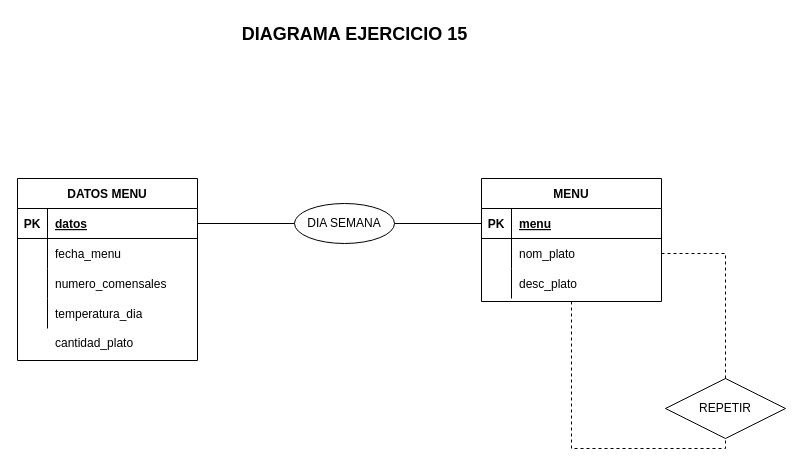
JuanMarinG/TA12_MYSQL keeps this draw.io diagram as ex15.drawio. Above is the earlier version. Source tidied: cells renumbered, new cells numbered last; positions are measured from the earlier drawing's top-left corner, leaving out a move shared by most shapes. Both pictures are drawn from the tidied source at 100%, with x=0, y=0 at pixel (17, 17).
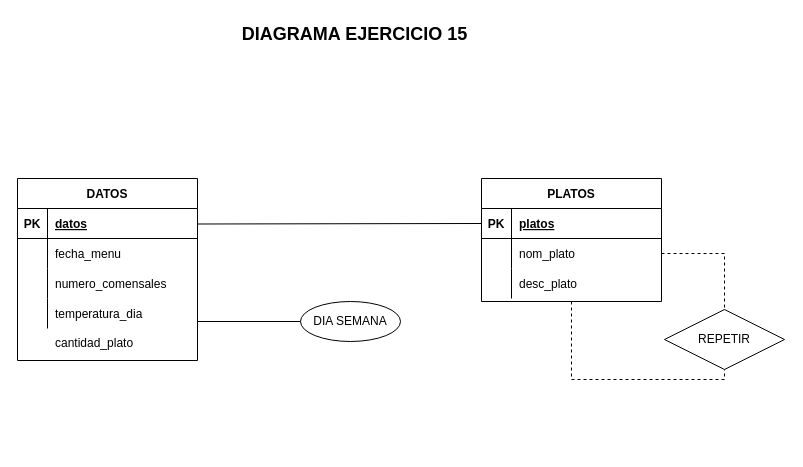
The same page after the edit.

Commit message:
cambio nombre tablas y relaciones

The change refers to these unchanged cells:
```xml
<mxCell id="3" style="shape=tableRow;horizontal=0;startSize=0;swimlaneHead=0;swimlaneBody=0;fillColor=none;points=[[0,0.5],[1,0.5]];portConstraint=eastwest;top=0;left=0;right=0;bottom=1;" parent="2" vertex="1">
  <mxGeometry y="30" width="180" height="30" as="geometry" />
</mxCell>
<mxCell id="9" style="shape=tableRow;horizontal=0;startSize=0;swimlaneHead=0;swimlaneBody=0;fillColor=none;points=[[0,0.5],[1,0.5]];portConstraint=eastwest;top=0;left=0;right=0;bottom=0;" parent="2" vertex="1">
  <mxGeometry y="90" width="180" height="30" as="geometry" />
</mxCell>
<mxCell id="16" style="shape=tableRow;horizontal=0;startSize=0;swimlaneHead=0;swimlaneBody=0;fillColor=none;points=[[0,0.5],[1,0.5]];portConstraint=eastwest;top=0;left=0;right=0;bottom=1;" parent="15" vertex="1">
  <mxGeometry y="30" width="180" height="30" as="geometry" />
</mxCell>
```

What changed in the source:
```diff
@@
-    <mxCell id="2" value="DATOS MENU" style="shape=table;startSize=30;childLayout=tableLayout;rowLines=0;fontStyle=1;align=center;" parent="1" vertex="1">
+    <mxCell id="2" value="DATOS" style="shape=table;startSize=30;childLayout=tableLayout;rowLines=0;fontStyle=1;align=center;" parent="1" vertex="1">
       <mxGeometry y="161" width="180" height="182" as="geometry" />
     </mxCell>
@@
-    <mxCell id="15" value="MENU" style="shape=table;startSize=30;childLayout=tableLayout;rowLines=0;fontStyle=1;align=center;" parent="1" vertex="1">
+    <mxCell id="15" value="PLATOS" style="shape=table;startSize=30;childLayout=tableLayout;rowLines=0;fontStyle=1;align=center;" parent="1" vertex="1">
       <mxGeometry x="464" y="161" width="180" height="123" as="geometry" />
     </mxCell>
@@
-    <mxCell id="18" value="menu" style="shape=partialRectangle;fillColor=none;top=0;left=0;bottom=0;right=0;align=left;spacingLeft=6;fontStyle=5;overflow=hidden;" parent="16" vertex="1">
+    <mxCell id="18" value="platos" style="shape=partialRectangle;fillColor=none;top=0;left=0;bottom=0;right=0;align=left;spacingLeft=6;fontStyle=5;overflow=hidden;" parent="16" vertex="1">
       <mxGeometry x="30" width="150" height="30" as="geometry" />
     </mxCell>
@@
     <mxCell id="25" value="REPETIR" style="shape=rhombus;perimeter=rhombusPerimeter;whiteSpace=wrap;html=1;align=center;" parent="1" vertex="1">
-      <mxGeometry x="648" y="361" width="120" height="60" as="geometry" />
+      <mxGeometry x="647" y="292" width="120" height="60" as="geometry" />
     </mxCell>
     <mxCell id="26" value="DIA SEMANA" style="ellipse;whiteSpace=wrap;html=1;align=center;" parent="1" vertex="1">
-      <mxGeometry x="277" y="186" width="100" height="40" as="geometry" />
+      <mxGeometry x="283" y="284" width="100" height="40" as="geometry" />
     </mxCell>
@@
-    <mxCell id="35" style="endArrow=none;html=1;rounded=0;entryX=0;entryY=0.5;entryDx=0;entryDy=0;exitX=1;exitY=0.5;exitDx=0;exitDy=0;" parent="1" edge="1" source="26" target="16">
+    <mxCell id="35" style="endArrow=none;html=1;rounded=0;entryX=0;entryY=0.5;entryDx=0;entryDy=0;exitX=1;exitY=0.25;exitDx=0;exitDy=0;" parent="1" edge="1" source="2" target="16">
       <mxGeometry relative="1" as="geometry" />
     </mxCell>
-    <mxCell id="36" style="endArrow=none;html=1;rounded=0;entryX=0;entryY=0.5;entryDx=0;entryDy=0;exitX=1;exitY=0.5;exitDx=0;exitDy=0;" parent="1" edge="1" source="3" target="26">
-      <mxGeometry relative="1" as="geometry" />
+    <mxCell id="36" style="endArrow=none;html=1;rounded=0;entryX=0;entryY=0.5;entryDx=0;entryDy=0;exitX=1;exitY=0.5;exitDx=0;exitDy=0;edgeStyle=orthogonalEdgeStyle;" parent="1" edge="1" source="9" target="26">
+      <mxGeometry relative="1" as="geometry">
+        <Array as="points">
+          <mxPoint x="180" y="304" />
+        </Array>
+      </mxGeometry>
     </mxCell>
```
